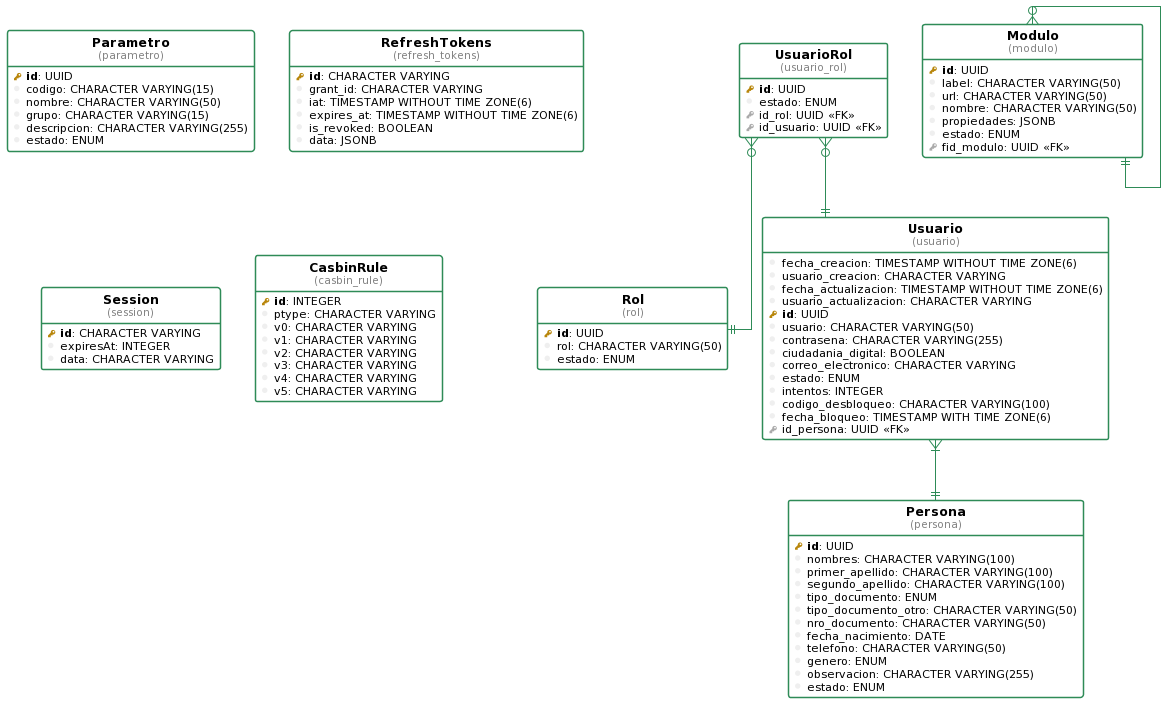
Above: docs/ERD.png in AlexGonzalesMeneses/nestjs-base-backed (PlantUML), before the change.
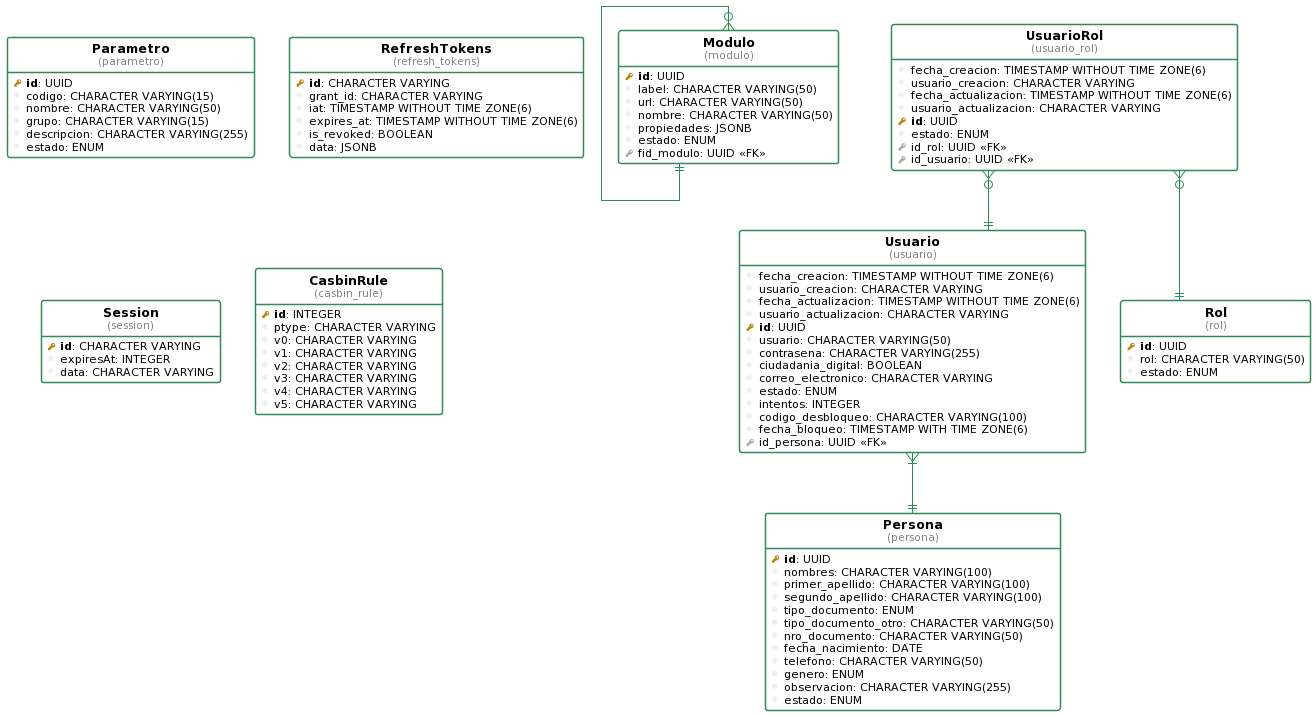
After the change.

Change to the diagram source:
```diff
@@ -29,51 +29,6 @@
   column( nombre ): CHARACTER VARYING(50)
   column( grupo ): CHARACTER VARYING(15)
   column( descripcion ): CHARACTER VARYING(255)
-  column( estado ): ENUM
-}
-
-table( Rol, rol ) as rol {
-  pkey( id ): UUID
-  column( rol ): CHARACTER VARYING(50)
-  column( estado ): ENUM
-}
-
-table( UsuarioRol, usuario_rol ) as usuario_rol {
-  pkey( id ): UUID
-  column( estado ): ENUM
-  fkey( id_rol ): UUID <<FK>>
-  fkey( id_usuario ): UUID <<FK>>
-}
-
-table( Usuario, usuario ) as usuario {
-  column( fecha_creacion ): TIMESTAMP WITHOUT TIME ZONE(6)
-  column( usuario_creacion ): CHARACTER VARYING
-  column( fecha_actualizacion ): TIMESTAMP WITHOUT TIME ZONE(6)
-  column( usuario_actualizacion ): CHARACTER VARYING
-  pkey( id ): UUID
-  column( usuario ): CHARACTER VARYING(50)
-  column( contrasena ): CHARACTER VARYING(255)
-  column( ciudadania_digital ): BOOLEAN
-  column( correo_electronico ): CHARACTER VARYING
-  column( estado ): ENUM
-  column( intentos ): INTEGER
-  column( codigo_desbloqueo ): CHARACTER VARYING(100)
-  column( fecha_bloqueo ): TIMESTAMP WITH TIME ZONE(6)
-  fkey( id_persona ): UUID <<FK>>
-}
-
-table( Persona, persona ) as persona {
-  pkey( id ): UUID
-  column( nombres ): CHARACTER VARYING(100)
-  column( primer_apellido ): CHARACTER VARYING(100)
-  column( segundo_apellido ): CHARACTER VARYING(100)
-  column( tipo_documento ): ENUM
-  column( tipo_documento_otro ): CHARACTER VARYING(50)
-  column( nro_documento ): CHARACTER VARYING(50)
-  column( fecha_nacimiento ): DATE
-  column( telefono ): CHARACTER VARYING(50)
-  column( genero ): ENUM
-  column( observacion ): CHARACTER VARYING(255)
   column( estado ): ENUM
 }
 
@@ -113,8 +68,57 @@
   fkey( fid_modulo ): UUID <<FK>>
 }
 
+table( Persona, persona ) as persona {
+  pkey( id ): UUID
+  column( nombres ): CHARACTER VARYING(100)
+  column( primer_apellido ): CHARACTER VARYING(100)
+  column( segundo_apellido ): CHARACTER VARYING(100)
+  column( tipo_documento ): ENUM
+  column( tipo_documento_otro ): CHARACTER VARYING(50)
+  column( nro_documento ): CHARACTER VARYING(50)
+  column( fecha_nacimiento ): DATE
+  column( telefono ): CHARACTER VARYING(50)
+  column( genero ): ENUM
+  column( observacion ): CHARACTER VARYING(255)
+  column( estado ): ENUM
+}
+
+table( Usuario, usuario ) as usuario {
+  column( fecha_creacion ): TIMESTAMP WITHOUT TIME ZONE(6)
+  column( usuario_creacion ): CHARACTER VARYING
+  column( fecha_actualizacion ): TIMESTAMP WITHOUT TIME ZONE(6)
+  column( usuario_actualizacion ): CHARACTER VARYING
+  pkey( id ): UUID
+  column( usuario ): CHARACTER VARYING(50)
+  column( contrasena ): CHARACTER VARYING(255)
+  column( ciudadania_digital ): BOOLEAN
+  column( correo_electronico ): CHARACTER VARYING
+  column( estado ): ENUM
+  column( intentos ): INTEGER
+  column( codigo_desbloqueo ): CHARACTER VARYING(100)
+  column( fecha_bloqueo ): TIMESTAMP WITH TIME ZONE(6)
+  fkey( id_persona ): UUID <<FK>>
+}
+
+table( UsuarioRol, usuario_rol ) as usuario_rol {
+  column( fecha_creacion ): TIMESTAMP WITHOUT TIME ZONE(6)
+  column( usuario_creacion ): CHARACTER VARYING
+  column( fecha_actualizacion ): TIMESTAMP WITHOUT TIME ZONE(6)
+  column( usuario_actualizacion ): CHARACTER VARYING
+  pkey( id ): UUID
+  column( estado ): ENUM
+  fkey( id_rol ): UUID <<FK>>
+  fkey( id_usuario ): UUID <<FK>>
+}
+
+table( Rol, rol ) as rol {
+  pkey( id ): UUID
+  column( rol ): CHARACTER VARYING(50)
+  column( estado ): ENUM
+}
+
+modulo }o--|| modulo
+usuario }|--|| persona
 usuario_rol }o--|| rol
 usuario_rol }o--|| usuario
-usuario }|--|| persona
-modulo }o--|| modulo
 @enduml
```
